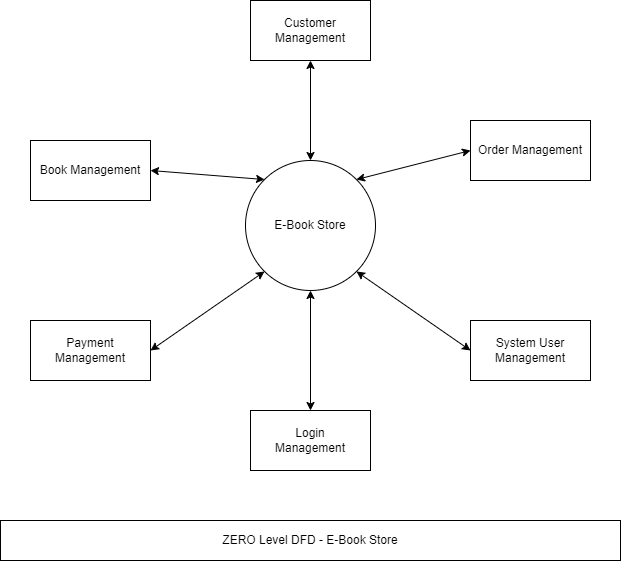
This is Diagrams/DFD.png from prathamjc/TY-project, a draw.io export, as it was before one commit. Source tidied: cells renumbered, new cells last; positions are measured from the earlier drawing's top-left corner, leaving out a move shared by most shapes.
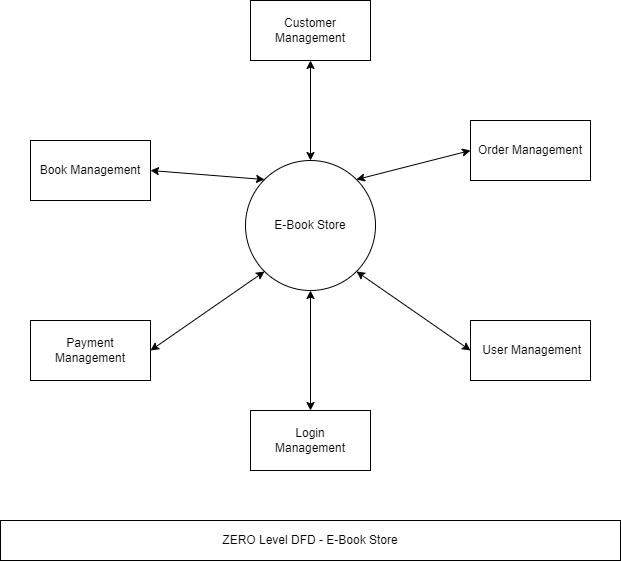
Later version of the same file.

Change to the diagram source:
```diff
@@ -14,7 +14,7 @@
     <mxCell id="5" value="Login&lt;br&gt;Management" style="rounded=0;whiteSpace=wrap;html=1;" parent="1" vertex="1">
       <mxGeometry x="250" y="410" width="120" height="60" as="geometry" />
     </mxCell>
-    <mxCell id="6" value="System User Management" style="rounded=0;whiteSpace=wrap;html=1;" parent="1" vertex="1">
+    <mxCell id="6" value="&amp;nbsp;User Management" style="rounded=0;whiteSpace=wrap;html=1;" parent="1" vertex="1">
       <mxGeometry x="470" y="320" width="120" height="60" as="geometry" />
     </mxCell>
     <mxCell id="7" value="Order Management" style="rounded=0;whiteSpace=wrap;html=1;" parent="1" vertex="1">
```
